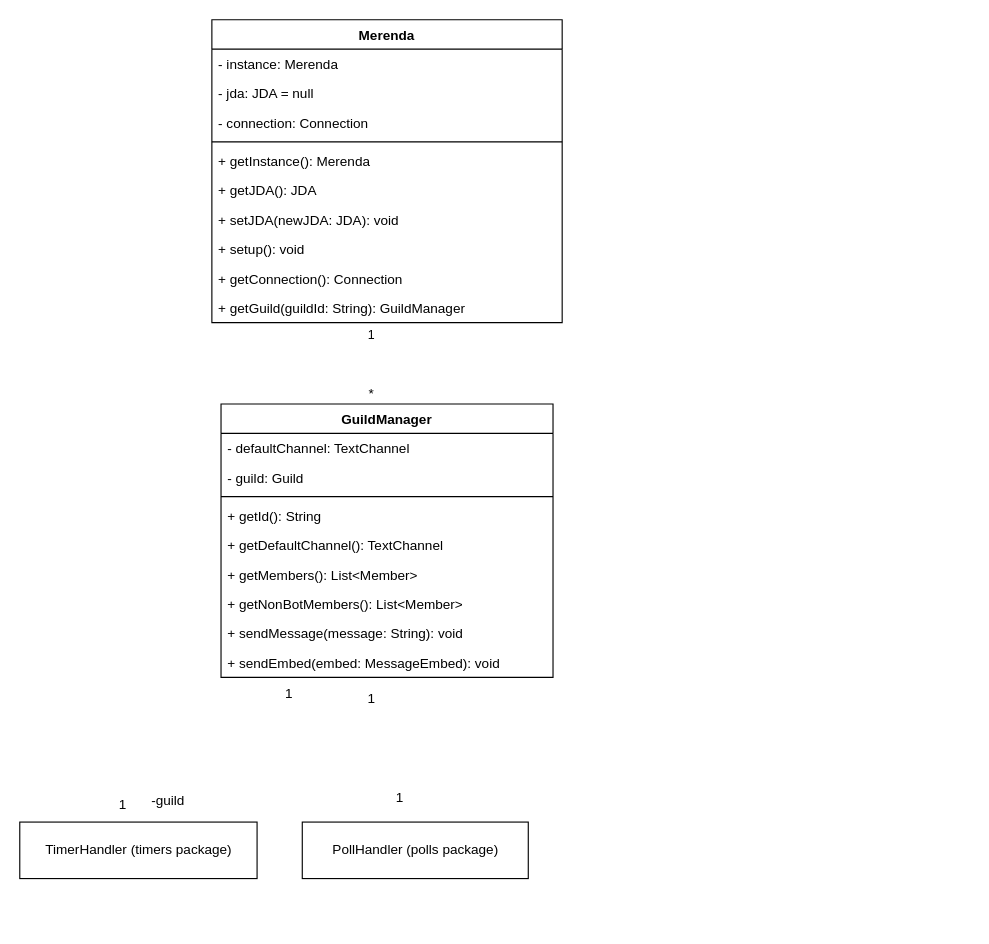
The draw.io diagram page "Main" (1 of 4) of ClassDiagram.drawio in luistripa/MerendaBot, before the edit. Source tidied: cells renumbered, new cells numbered last; positions are measured from the earlier drawing's top-left corner, leaving out a move shared by most shapes. Both pictures are drawn from the tidied source at 113%, with x=0, y=0 at pixel (19, 19).
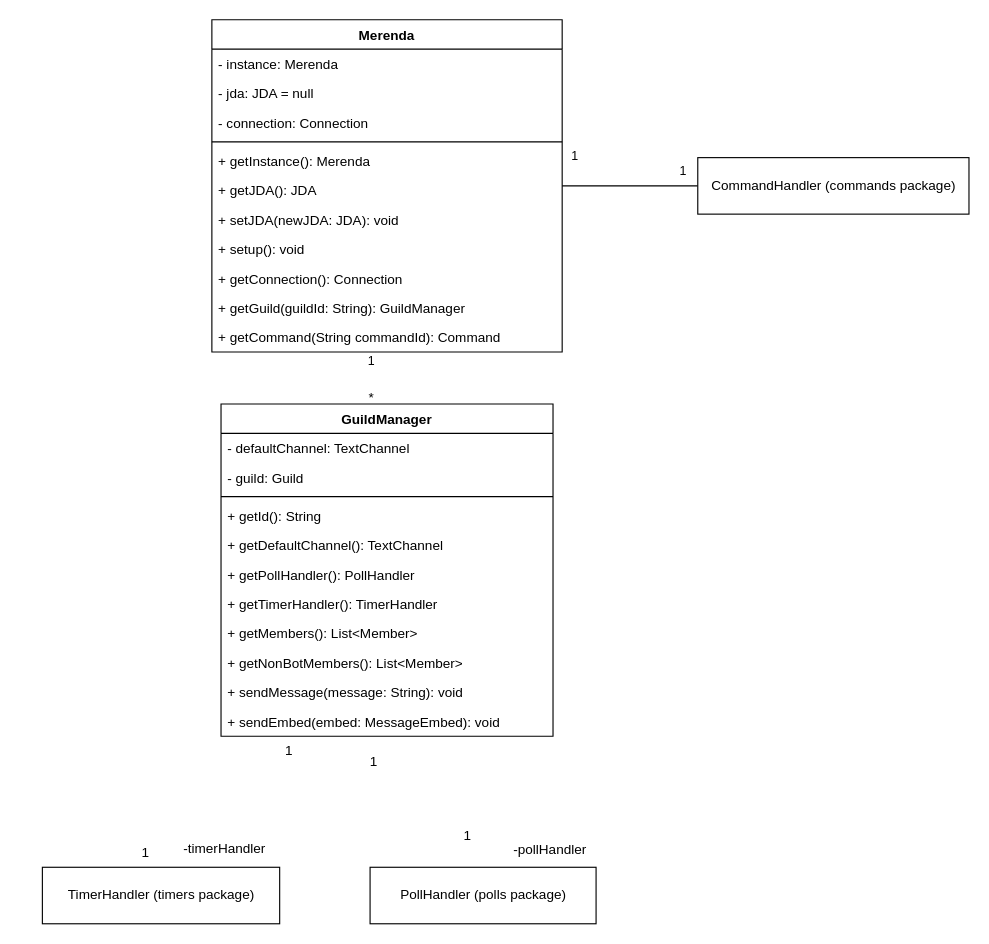
The same page after the edit.

Unchanged cells that the change refers to:
```xml
<mxCell id="16" style="edgeStyle=orthogonalEdgeStyle;rounded=0;jettySize=auto;html=1;exitX=0.25;exitY=1;exitDx=0;exitDy=0;entryX=0.5;entryY=0;entryDx=0;entryDy=0;fontSize=12;endArrow=none;endFill=0;fontFamily=Jetbrains Mono;strokeColor=#FFFFFF;" parent="1" edge="1" source="23" target="33">
  <mxGeometry relative="1" as="geometry" />
</mxCell>
```

The edit, as a diff of the source:
```diff
@@
+    <mxCell id="35" style="edgeStyle=orthogonalEdgeStyle;rounded=0;jettySize=auto;html=1;entryX=0;entryY=0.5;entryDx=0;entryDy=0;endArrow=none;endFill=0;" parent="1" edge="1" source="5" target="41">
+      <mxGeometry relative="1" as="geometry" />
+    </mxCell>
+    <mxCell id="36" value="1" style="edgeLabel;html=1;align=center;verticalAlign=middle;fontFamily=Jetbrains Mono;" parent="35" vertex="1">
+      <mxGeometry x="0.62" y="1" relative="1" as="geometry">
+        <mxPoint x="9" y="-13" as="offset" />
+      </mxGeometry>
+    </mxCell>
     <mxCell id="5" value="Merenda&#10;" style="swimlane;fontStyle=1;align=center;verticalAlign=top;horizontal=1;startSize=26;fontFamily=Jetbrains Mono;" parent="1" vertex="1">
-      <mxGeometry x="170" width="310" height="268" as="geometry" />
+      <mxGeometry x="170" width="310" height="294" as="geometry" />
     </mxCell>
@@
+    <mxCell id="37" value="+ getCommand(String commandId): Command" style="text;strokeColor=none;fillColor=none;align=left;verticalAlign=top;spacingLeft=4;spacingRight=4;overflow=hidden;fontFamily=Jetbrains Mono;" parent="5" vertex="1">
+      <mxGeometry y="268" width="310" height="26" as="geometry" />
+    </mxCell>
@@
-    <mxCell id="19" value="&lt;font face=&quot;Jetbrains Mono&quot; style=&quot;font-size: 12px;&quot;&gt;-guild&lt;/font&gt;" style="edgeLabel;html=1;align=center;verticalAlign=middle;fontSize=12;" parent="16" vertex="1">
+    <mxCell id="19" value="&lt;font face=&quot;Jetbrains Mono&quot; style=&quot;font-size: 12px&quot;&gt;-timerHandler&lt;br&gt;&lt;/font&gt;" style="edgeLabel;html=1;align=center;verticalAlign=middle;fontSize=12;" parent="16" vertex="1">
       <mxGeometry x="0.81" y="-3" relative="1" as="geometry">
-        <mxPoint x="28" y="6" as="offset" />
+        <mxPoint x="58" y="6" as="offset" />
       </mxGeometry>
     </mxCell>
-    <mxCell id="20" style="edgeStyle=orthogonalEdgeStyle;rounded=0;jettySize=auto;html=1;exitX=0.5;exitY=1;exitDx=0;exitDy=0;entryX=0.5;entryY=0;entryDx=0;entryDy=0;fontSize=12;endArrow=none;endFill=0;fontFamily=Jetbrains Mono;strokeColor=#FFFFFF;" parent="1" edge="1" source="23" target="34">
+    <mxCell id="20" style="edgeStyle=orthogonalEdgeStyle;rounded=0;jettySize=auto;html=1;exitX=0.507;exitY=0.962;exitDx=0;exitDy=0;entryX=0.5;entryY=0;entryDx=0;entryDy=0;fontSize=12;endArrow=none;endFill=0;fontFamily=Jetbrains Mono;strokeColor=#FFFFFF;exitPerimeter=0;" parent="1" edge="1" source="32" target="34">
       <mxGeometry relative="1" as="geometry" />
     </mxCell>
@@
     <mxCell id="23" value="GuildManager" style="swimlane;fontStyle=1;align=center;verticalAlign=top;horizontal=1;startSize=26;fontFamily=Jetbrains Mono;" parent="1" vertex="1">
-      <mxGeometry x="178.1" y="340" width="293.8" height="242" as="geometry" />
+      <mxGeometry x="178.1" y="340" width="293.8" height="294" as="geometry" />
     </mxCell>
@@
+    <mxCell id="38" value="+ getPollHandler(): PollHandler" style="text;strokeColor=none;fillColor=none;align=left;verticalAlign=top;spacingLeft=4;spacingRight=4;overflow=hidden;fontFamily=Jetbrains Mono;" parent="23" vertex="1">
+      <mxGeometry y="138" width="293.8" height="26" as="geometry" />
+    </mxCell>
+    <mxCell id="39" value="+ getTimerHandler(): TimerHandler" style="text;strokeColor=none;fillColor=none;align=left;verticalAlign=top;spacingLeft=4;spacingRight=4;overflow=hidden;fontFamily=Jetbrains Mono;" parent="23" vertex="1">
+      <mxGeometry y="164" width="293.8" height="26" as="geometry" />
+    </mxCell>
     <mxCell id="29" value="+ getMembers(): List&lt;Member&gt;&#10;" style="text;strokeColor=none;fillColor=none;align=left;verticalAlign=top;spacingLeft=4;spacingRight=4;overflow=hidden;fontFamily=Jetbrains Mono;" parent="23" vertex="1">
-      <mxGeometry y="138" width="293.8" height="26" as="geometry" />
+      <mxGeometry y="190" width="293.8" height="26" as="geometry" />
     </mxCell>
     <mxCell id="30" value="+ getNonBotMembers(): List&lt;Member&gt;" style="text;strokeColor=none;fillColor=none;align=left;verticalAlign=top;spacingLeft=4;spacingRight=4;overflow=hidden;fontFamily=Jetbrains Mono;" parent="23" vertex="1">
-      <mxGeometry y="164" width="293.8" height="26" as="geometry" />
+      <mxGeometry y="216" width="293.8" height="26" as="geometry" />
     </mxCell>
     <mxCell id="31" value="+ sendMessage(message: String): void&#10;" style="text;strokeColor=none;fillColor=none;align=left;verticalAlign=top;spacingLeft=4;spacingRight=4;overflow=hidden;fontFamily=Jetbrains Mono;" parent="23" vertex="1">
-      <mxGeometry y="190" width="293.8" height="26" as="geometry" />
+      <mxGeometry y="242" width="293.8" height="26" as="geometry" />
     </mxCell>
     <mxCell id="32" value="+ sendEmbed(embed: MessageEmbed): void" style="text;strokeColor=none;fillColor=none;align=left;verticalAlign=top;spacingLeft=4;spacingRight=4;overflow=hidden;points=[[0,0.5],[1,0.5]];portConstraint=eastwest;fontFamily=Jetbrains Mono;" parent="23" vertex="1">
-      <mxGeometry y="216" width="293.8" height="26" as="geometry" />
+      <mxGeometry y="268" width="293.8" height="26" as="geometry" />
     </mxCell>
     <mxCell id="33" value="TimerHandler (timers package)" style="html=1;fontSize=12;fontFamily=Jetbrains Mono;" parent="1" vertex="1">
-      <mxGeometry y="710" width="210" height="50" as="geometry" />
+      <mxGeometry x="20" y="750" width="210" height="50" as="geometry" />
     </mxCell>
     <mxCell id="34" value="PollHandler (polls package)" style="html=1;fontSize=12;fontFamily=Jetbrains Mono;" parent="1" vertex="1">
-      <mxGeometry x="250" y="710" width="200" height="50" as="geometry" />
+      <mxGeometry x="310" y="750" width="200" height="50" as="geometry" />
     </mxCell>
+    <mxCell id="40" value="&lt;font face=&quot;Jetbrains Mono&quot; style=&quot;font-size: 12px&quot;&gt;-pollHandler&lt;/font&gt;" style="edgeLabel;html=1;align=center;verticalAlign=middle;fontSize=12;" parent="1" vertex="1">
+      <mxGeometry x="230" y="740" as="geometry">
+        <mxPoint x="238" y="-6" as="offset" />
+      </mxGeometry>
+    </mxCell>
+    <mxCell id="41" value="CommandHandler (commands package)" style="html=1;fontSize=12;fontFamily=Jetbrains Mono;" parent="1" vertex="1">
+      <mxGeometry x="600" y="122" width="240" height="50" as="geometry" />
+    </mxCell>
+    <mxCell id="42" value="1" style="edgeLabel;html=1;align=center;verticalAlign=middle;fontFamily=Jetbrains Mono;" parent="1" vertex="1">
+      <mxGeometry x="490" y="120" as="geometry" />
+    </mxCell>
```
